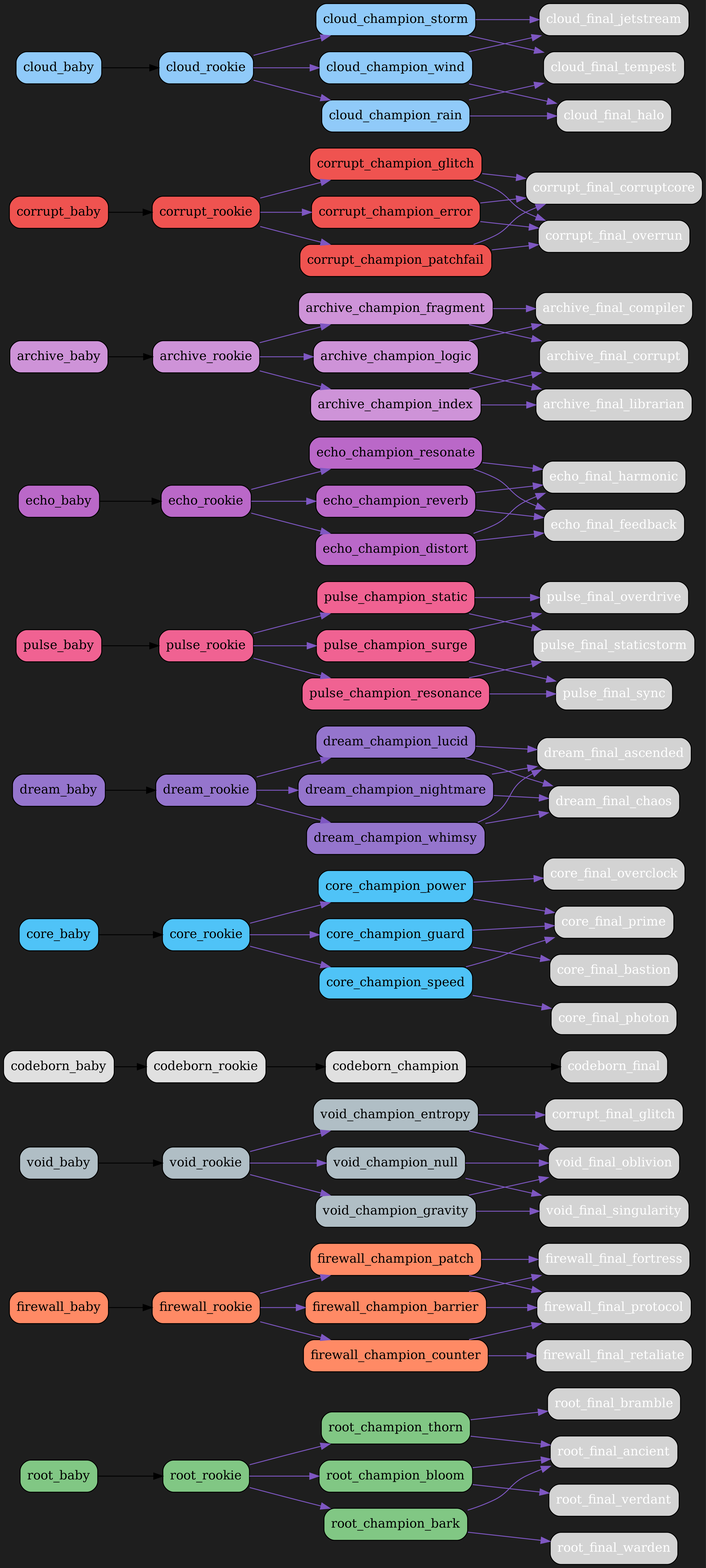
Earlier version of the Graphviz export src/netgrid/systems/evolution/graphs/dark/evolution_graph_dark.png (bwlight/NetGrid). Its source is kept beside it as src/netgrid/systems/evolution/graphs/dark/evolution_graph_dark.dot.
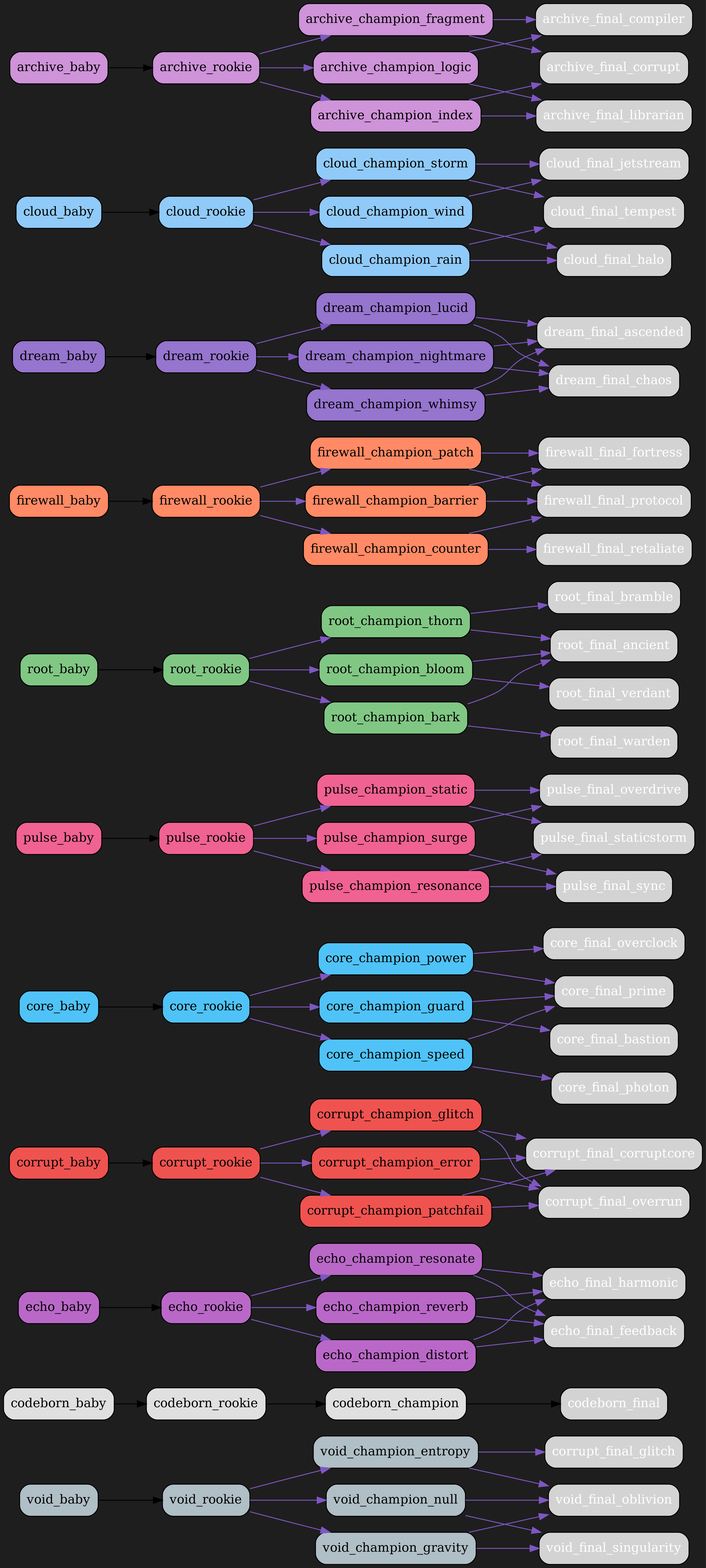
Later version of the same file.

Commit message:
Auto-update evolution graphs

What changed in the source:
```diff
@@ -2,6 +2,87 @@
   rankdir=LR;
   bgcolor="#1e1e1e";
   node [shape=box, style="rounded,filled", fontcolor="white"];
+  "void_baby" [fillcolor="#b0bec5", fontcolor="black"];
+  "void_baby" -> "void_rookie";
+  "void_rookie" [fillcolor="#b0bec5", fontcolor="black"];
+  "void_rookie" -> "void_champion_entropy" [color="#7e57c2"];
+  "void_rookie" -> "void_champion_gravity" [color="#7e57c2"];
+  "void_rookie" -> "void_champion_null" [color="#7e57c2"];
+  "void_champion_entropy" [fillcolor="#b0bec5", fontcolor="black"];
+  "void_champion_entropy" -> "corrupt_final_glitch" [color="#7e57c2"];
+  "void_champion_entropy" -> "void_final_oblivion" [color="#7e57c2"];
+  "void_champion_gravity" [fillcolor="#b0bec5", fontcolor="black"];
+  "void_champion_gravity" -> "void_final_singularity" [color="#7e57c2"];
+  "void_champion_gravity" -> "void_final_oblivion" [color="#7e57c2"];
+  "void_champion_null" [fillcolor="#b0bec5", fontcolor="black"];
+  "void_champion_null" -> "void_final_oblivion" [color="#7e57c2"];
+  "void_champion_null" -> "void_final_singularity" [color="#7e57c2"];
+  "codeborn_baby" [fillcolor="#e0e0e0", fontcolor="black"];
+  "codeborn_baby" -> "codeborn_rookie";
+  "codeborn_rookie" [fillcolor="#e0e0e0", fontcolor="black"];
+  "codeborn_rookie" -> "codeborn_champion";
+  "codeborn_champion" [fillcolor="#e0e0e0", fontcolor="black"];
+  "codeborn_champion" -> "codeborn_final";
+  "echo_baby" [fillcolor="#ba68c8", fontcolor="black"];
+  "echo_baby" -> "echo_rookie";
+  "echo_rookie" [fillcolor="#ba68c8", fontcolor="black"];
+  "echo_rookie" -> "echo_champion_resonate" [color="#7e57c2"];
+  "echo_rookie" -> "echo_champion_reverb" [color="#7e57c2"];
+  "echo_rookie" -> "echo_champion_distort" [color="#7e57c2"];
+  "echo_champion_resonate" [fillcolor="#ba68c8", fontcolor="black"];
+  "echo_champion_resonate" -> "echo_final_harmonic" [color="#7e57c2"];
+  "echo_champion_resonate" -> "echo_final_feedback" [color="#7e57c2"];
+  "echo_champion_reverb" [fillcolor="#ba68c8", fontcolor="black"];
+  "echo_champion_reverb" -> "echo_final_feedback" [color="#7e57c2"];
+  "echo_champion_reverb" -> "echo_final_harmonic" [color="#7e57c2"];
+  "echo_champion_distort" [fillcolor="#ba68c8", fontcolor="black"];
+  "echo_champion_distort" -> "echo_final_feedback" [color="#7e57c2"];
+  "echo_champion_distort" -> "echo_final_harmonic" [color="#7e57c2"];
+  "corrupt_baby" [fillcolor="#ef5350", fontcolor="black"];
+  "corrupt_baby" -> "corrupt_rookie";
+  "corrupt_rookie" [fillcolor="#ef5350", fontcolor="black"];
+  "corrupt_rookie" -> "corrupt_champion_glitch" [color="#7e57c2"];
+  "corrupt_rookie" -> "corrupt_champion_error" [color="#7e57c2"];
+  "corrupt_rookie" -> "corrupt_champion_patchfail" [color="#7e57c2"];
+  "corrupt_champion_glitch" [fillcolor="#ef5350", fontcolor="black"];
+  "corrupt_champion_glitch" -> "corrupt_final_corruptcore" [color="#7e57c2"];
+  "corrupt_champion_glitch" -> "corrupt_final_overrun" [color="#7e57c2"];
+  "corrupt_champion_error" [fillcolor="#ef5350", fontcolor="black"];
+  "corrupt_champion_error" -> "corrupt_final_overrun" [color="#7e57c2"];
+  "corrupt_champion_error" -> "corrupt_final_corruptcore" [color="#7e57c2"];
+  "corrupt_champion_patchfail" [fillcolor="#ef5350", fontcolor="black"];
+  "corrupt_champion_patchfail" -> "corrupt_final_corruptcore" [color="#7e57c2"];
+  "corrupt_champion_patchfail" -> "corrupt_final_overrun" [color="#7e57c2"];
+  "core_baby" [fillcolor="#4fc3f7", fontcolor="black"];
+  "core_baby" -> "core_rookie";
+  "core_rookie" [fillcolor="#4fc3f7", fontcolor="black"];
+  "core_rookie" -> "core_champion_power" [color="#7e57c2"];
+  "core_rookie" -> "core_champion_guard" [color="#7e57c2"];
+  "core_rookie" -> "core_champion_speed" [color="#7e57c2"];
+  "core_champion_power" [fillcolor="#4fc3f7", fontcolor="black"];
+  "core_champion_power" -> "core_final_overclock" [color="#7e57c2"];
+  "core_champion_power" -> "core_final_prime" [color="#7e57c2"];
+  "core_champion_guard" [fillcolor="#4fc3f7", fontcolor="black"];
+  "core_champion_guard" -> "core_final_bastion" [color="#7e57c2"];
+  "core_champion_guard" -> "core_final_prime" [color="#7e57c2"];
+  "core_champion_speed" [fillcolor="#4fc3f7", fontcolor="black"];
+  "core_champion_speed" -> "core_final_photon" [color="#7e57c2"];
+  "core_champion_speed" -> "core_final_prime" [color="#7e57c2"];
+  "pulse_baby" [fillcolor="#f06292", fontcolor="black"];
+  "pulse_baby" -> "pulse_rookie";
+  "pulse_rookie" [fillcolor="#f06292", fontcolor="black"];
+  "pulse_rookie" -> "pulse_champion_surge" [color="#7e57c2"];
+  "pulse_rookie" -> "pulse_champion_resonance" [color="#7e57c2"];
+  "pulse_rookie" -> "pulse_champion_static" [color="#7e57c2"];
+  "pulse_champion_surge" [fillcolor="#f06292", fontcolor="black"];
+  "pulse_champion_surge" -> "pulse_final_overdrive" [color="#7e57c2"];
+  "pulse_champion_surge" -> "pulse_final_sync" [color="#7e57c2"];
+  "pulse_champion_resonance" [fillcolor="#f06292", fontcolor="black"];
+  "pulse_champion_resonance" -> "pulse_final_sync" [color="#7e57c2"];
+  "pulse_champion_resonance" -> "pulse_final_staticstorm" [color="#7e57c2"];
+  "pulse_champion_static" [fillcolor="#f06292", fontcolor="black"];
+  "pulse_champion_static" -> "pulse_final_staticstorm" [color="#7e57c2"];
+  "pulse_champion_static" -> "pulse_final_overdrive" [color="#7e57c2"];
   "root_baby" [fillcolor="#81c784", fontcolor="black"];
   "root_baby" -> "root_rookie";
   "root_rookie" [fillcolor="#81c784", fontcolor="black"];
@@ -32,42 +113,6 @@
   "firewall_champion_patch" [fillcolor="#ff8a65", fontcolor="black"];
   "firewall_champion_patch" -> "firewall_final_protocol" [color="#7e57c2"];
   "firewall_champion_patch" -> "firewall_final_fortress" [color="#7e57c2"];
-  "void_baby" [fillcolor="#b0bec5", fontcolor="black"];
-  "void_baby" -> "void_rookie";
-  "void_rookie" [fillcolor="#b0bec5", fontcolor="black"];
-  "void_rookie" -> "void_champion_entropy" [color="#7e57c2"];
-  "void_rookie" -> "void_champion_gravity" [color="#7e57c2"];
-  "void_rookie" -> "void_champion_null" [color="#7e57c2"];
-  "void_champion_entropy" [fillcolor="#b0bec5", fontcolor="black"];
-  "void_champion_entropy" -> "corrupt_final_glitch" [color="#7e57c2"];
-  "void_champion_entropy" -> "void_final_oblivion" [color="#7e57c2"];
-  "void_champion_gravity" [fillcolor="#b0bec5", fontcolor="black"];
-  "void_champion_gravity" -> "void_final_singularity" [color="#7e57c2"];
-  "void_champion_gravity" -> "void_final_oblivion" [color="#7e57c2"];
-  "void_champion_null" [fillcolor="#b0bec5", fontcolor="black"];
-  "void_champion_null" -> "void_final_oblivion" [color="#7e57c2"];
-  "void_champion_null" -> "void_final_singularity" [color="#7e57c2"];
-  "codeborn_baby" [fillcolor="#e0e0e0", fontcolor="black"];
-  "codeborn_baby" -> "codeborn_rookie";
-  "codeborn_rookie" [fillcolor="#e0e0e0", fontcolor="black"];
-  "codeborn_rookie" -> "codeborn_champion";
-  "codeborn_champion" [fillcolor="#e0e0e0", fontcolor="black"];
-  "codeborn_champion" -> "codeborn_final";
-  "core_baby" [fillcolor="#4fc3f7", fontcolor="black"];
-  "core_baby" -> "core_rookie";
-  "core_rookie" [fillcolor="#4fc3f7", fontcolor="black"];
-  "core_rookie" -> "core_champion_power" [color="#7e57c2"];
-  "core_rookie" -> "core_champion_guard" [color="#7e57c2"];
-  "core_rookie" -> "core_champion_speed" [color="#7e57c2"];
-  "core_champion_power" [fillcolor="#4fc3f7", fontcolor="black"];
-  "core_champion_power" -> "core_final_overclock" [color="#7e57c2"];
-  "core_champion_power" -> "core_final_prime" [color="#7e57c2"];
-  "core_champion_guard" [fillcolor="#4fc3f7", fontcolor="black"];
-  "core_champion_guard" -> "core_final_bastion" [color="#7e57c2"];
-  "core_champion_guard" -> "core_final_prime" [color="#7e57c2"];
-  "core_champion_speed" [fillcolor="#4fc3f7", fontcolor="black"];
-  "core_champion_speed" -> "core_final_photon" [color="#7e57c2"];
-  "core_champion_speed" -> "core_final_prime" [color="#7e57c2"];
   "dream_baby" [fillcolor="#9575cd", fontcolor="black"];
   "dream_baby" -> "dream_rookie";
   "dream_rookie" [fillcolor="#9575cd", fontcolor="black"];
@@ -83,36 +128,21 @@
   "dream_champion_whimsy" [fillcolor="#9575cd", fontcolor="black"];
   "dream_champion_whimsy" -> "dream_final_ascended" [color="#7e57c2"];
   "dream_champion_whimsy" -> "dream_final_chaos" [color="#7e57c2"];
-  "pulse_baby" [fillcolor="#f06292", fontcolor="black"];
-  "pulse_baby" -> "pulse_rookie";
-  "pulse_rookie" [fillcolor="#f06292", fontcolor="black"];
-  "pulse_rookie" -> "pulse_champion_surge" [color="#7e57c2"];
-  "pulse_rookie" -> "pulse_champion_resonance" [color="#7e57c2"];
-  "pulse_rookie" -> "pulse_champion_static" [color="#7e57c2"];
-  "pulse_champion_surge" [fillcolor="#f06292", fontcolor="black"];
-  "pulse_champion_surge" -> "pulse_final_overdrive" [color="#7e57c2"];
-  "pulse_champion_surge" -> "pulse_final_sync" [color="#7e57c2"];
-  "pulse_champion_resonance" [fillcolor="#f06292", fontcolor="black"];
-  "pulse_champion_resonance" -> "pulse_final_sync" [color="#7e57c2"];
-  "pulse_champion_resonance" -> "pulse_final_staticstorm" [color="#7e57c2"];
-  "pulse_champion_static" [fillcolor="#f06292", fontcolor="black"];
-  "pulse_champion_static" -> "pulse_final_staticstorm" [color="#7e57c2"];
-  "pulse_champion_static" -> "pulse_final_overdrive" [color="#7e57c2"];
-  "echo_baby" [fillcolor="#ba68c8", fontcolor="black"];
-  "echo_baby" -> "echo_rookie";
-  "echo_rookie" [fillcolor="#ba68c8", fontcolor="black"];
-  "echo_rookie" -> "echo_champion_resonate" [color="#7e57c2"];
-  "echo_rookie" -> "echo_champion_reverb" [color="#7e57c2"];
-  "echo_rookie" -> "echo_champion_distort" [color="#7e57c2"];
-  "echo_champion_resonate" [fillcolor="#ba68c8", fontcolor="black"];
-  "echo_champion_resonate" -> "echo_final_harmonic" [color="#7e57c2"];
-  "echo_champion_resonate" -> "echo_final_feedback" [color="#7e57c2"];
-  "echo_champion_reverb" [fillcolor="#ba68c8", fontcolor="black"];
-  "echo_champion_reverb" -> "echo_final_feedback" [color="#7e57c2"];
-  "echo_champion_reverb" -> "echo_final_harmonic" [color="#7e57c2"];
-  "echo_champion_distort" [fillcolor="#ba68c8", fontcolor="black"];
-  "echo_champion_distort" -> "echo_final_feedback" [color="#7e57c2"];
-  "echo_champion_distort" -> "echo_final_harmonic" [color="#7e57c2"];
+  "cloud_baby" [fillcolor="#90caf9", fontcolor="black"];
+  "cloud_baby" -> "cloud_rookie";
+  "cloud_rookie" [fillcolor="#90caf9", fontcolor="black"];
+  "cloud_rookie" -> "cloud_champion_wind" [color="#7e57c2"];
+  "cloud_rookie" -> "cloud_champion_rain" [color="#7e57c2"];
+  "cloud_rookie" -> "cloud_champion_storm" [color="#7e57c2"];
+  "cloud_champion_wind" [fillcolor="#90caf9", fontcolor="black"];
+  "cloud_champion_wind" -> "cloud_final_jetstream" [color="#7e57c2"];
+  "cloud_champion_wind" -> "cloud_final_halo" [color="#7e57c2"];
+  "cloud_champion_rain" [fillcolor="#90caf9", fontcolor="black"];
+  "cloud_champion_rain" -> "cloud_final_halo" [color="#7e57c2"];
+  "cloud_champion_rain" -> "cloud_final_tempest" [color="#7e57c2"];
+  "cloud_champion_storm" [fillcolor="#90caf9", fontcolor="black"];
+  "cloud_champion_storm" -> "cloud_final_tempest" [color="#7e57c2"];
+  "cloud_champion_storm" -> "cloud_final_jetstream" [color="#7e57c2"];
   "archive_baby" [fillcolor="#ce93d8", fontcolor="black"];
   "archive_baby" -> "archive_rookie";
   "archive_rookie" [fillcolor="#ce93d8", fontcolor="black"];
@@ -128,34 +158,4 @@
   "archive_champion_fragment" [fillcolor="#ce93d8", fontcolor="black"];
   "archive_champion_fragment" -> "archive_final_corrupt" [color="#7e57c2"];
   "archive_champion_fragment" -> "archive_final_compiler" [color="#7e57c2"];
-  "corrupt_baby" [fillcolor="#ef5350", fontcolor="black"];
-  "corrupt_baby" -> "corrupt_rookie";
-  "corrupt_rookie" [fillcolor="#ef5350", fontcolor="black"];
-  "corrupt_rookie" -> "corrupt_champion_glitch" [color="#7e57c2"];
-  "corrupt_rookie" -> "corrupt_champion_error" [color="#7e57c2"];
-  "corrupt_rookie" -> "corrupt_champion_patchfail" [color="#7e57c2"];
-  "corrupt_champion_glitch" [fillcolor="#ef5350", fontcolor="black"];
-  "corrupt_champion_glitch" -> "corrupt_final_corruptcore" [color="#7e57c2"];
-  "corrupt_champion_glitch" -> "corrupt_final_overrun" [color="#7e57c2"];
-  "corrupt_champion_error" [fillcolor="#ef5350", fontcolor="black"];
-  "corrupt_champion_error" -> "corrupt_final_overrun" [color="#7e57c2"];
-  "corrupt_champion_error" -> "corrupt_final_corruptcore" [color="#7e57c2"];
-  "corrupt_champion_patchfail" [fillcolor="#ef5350", fontcolor="black"];
-  "corrupt_champion_patchfail" -> "corrupt_final_corruptcore" [color="#7e57c2"];
-  "corrupt_champion_patchfail" -> "corrupt_final_overrun" [color="#7e57c2"];
-  "cloud_baby" [fillcolor="#90caf9", fontcolor="black"];
-  "cloud_baby" -> "cloud_rookie";
-  "cloud_rookie" [fillcolor="#90caf9", fontcolor="black"];
-  "cloud_rookie" -> "cloud_champion_wind" [color="#7e57c2"];
-  "cloud_rookie" -> "cloud_champion_rain" [color="#7e57c2"];
-  "cloud_rookie" -> "cloud_champion_storm" [color="#7e57c2"];
-  "cloud_champion_wind" [fillcolor="#90caf9", fontcolor="black"];
-  "cloud_champion_wind" -> "cloud_final_jetstream" [color="#7e57c2"];
-  "cloud_champion_wind" -> "cloud_final_halo" [color="#7e57c2"];
-  "cloud_champion_rain" [fillcolor="#90caf9", fontcolor="black"];
-  "cloud_champion_rain" -> "cloud_final_halo" [color="#7e57c2"];
-  "cloud_champion_rain" -> "cloud_final_tempest" [color="#7e57c2"];
-  "cloud_champion_storm" [fillcolor="#90caf9", fontcolor="black"];
-  "cloud_champion_storm" -> "cloud_final_tempest" [color="#7e57c2"];
-  "cloud_champion_storm" -> "cloud_final_jetstream" [color="#7e57c2"];
 }
```
